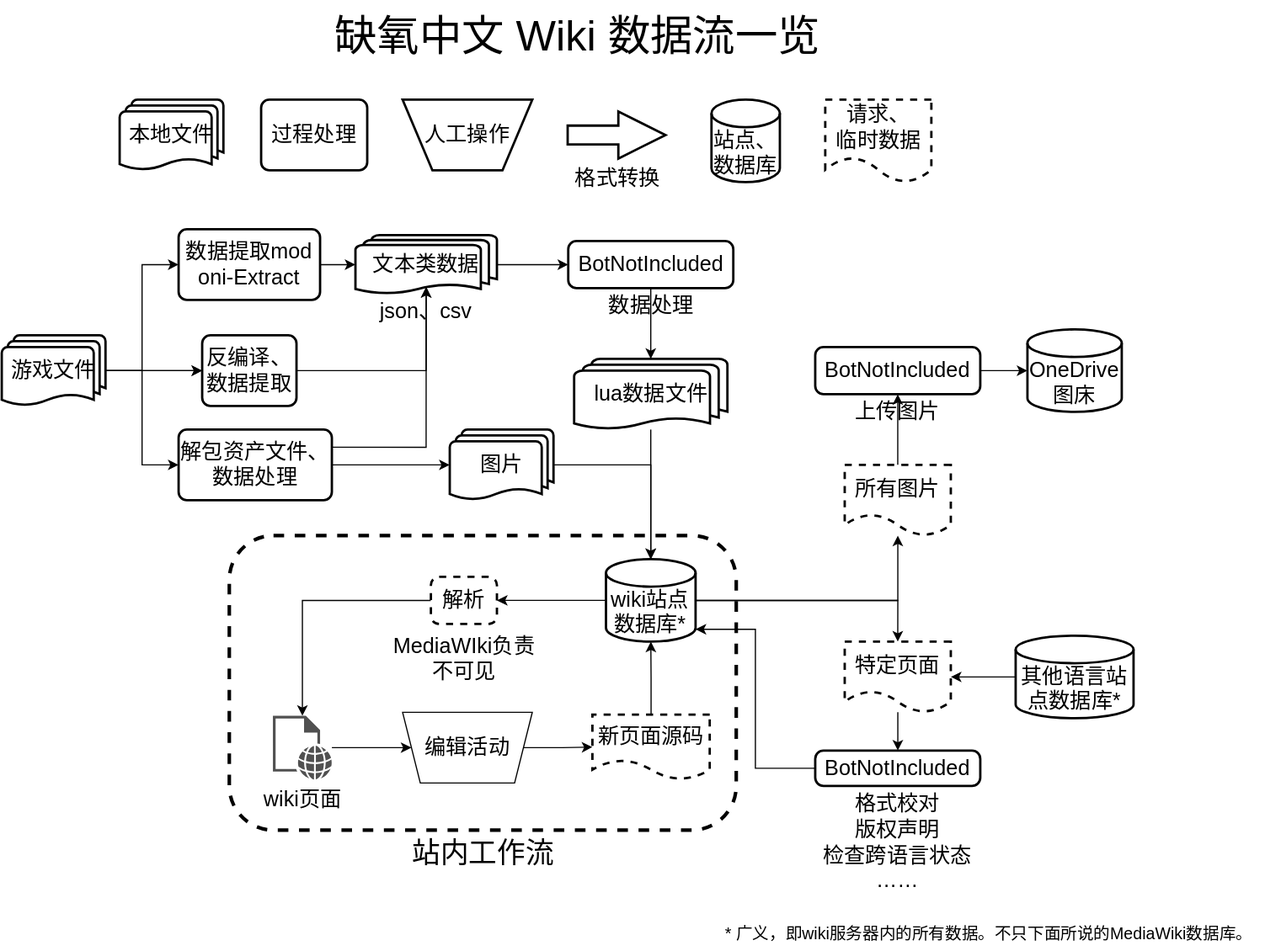
This is workflow_sketch.drawio.svg from ONI-Wiki-zh/workflow-summary, a draw.io export, as it was before one commit. Source tidied: cells renumbered, new cells last; positions are measured from the earlier drawing's top-left corner, leaving out a move shared by most shapes.
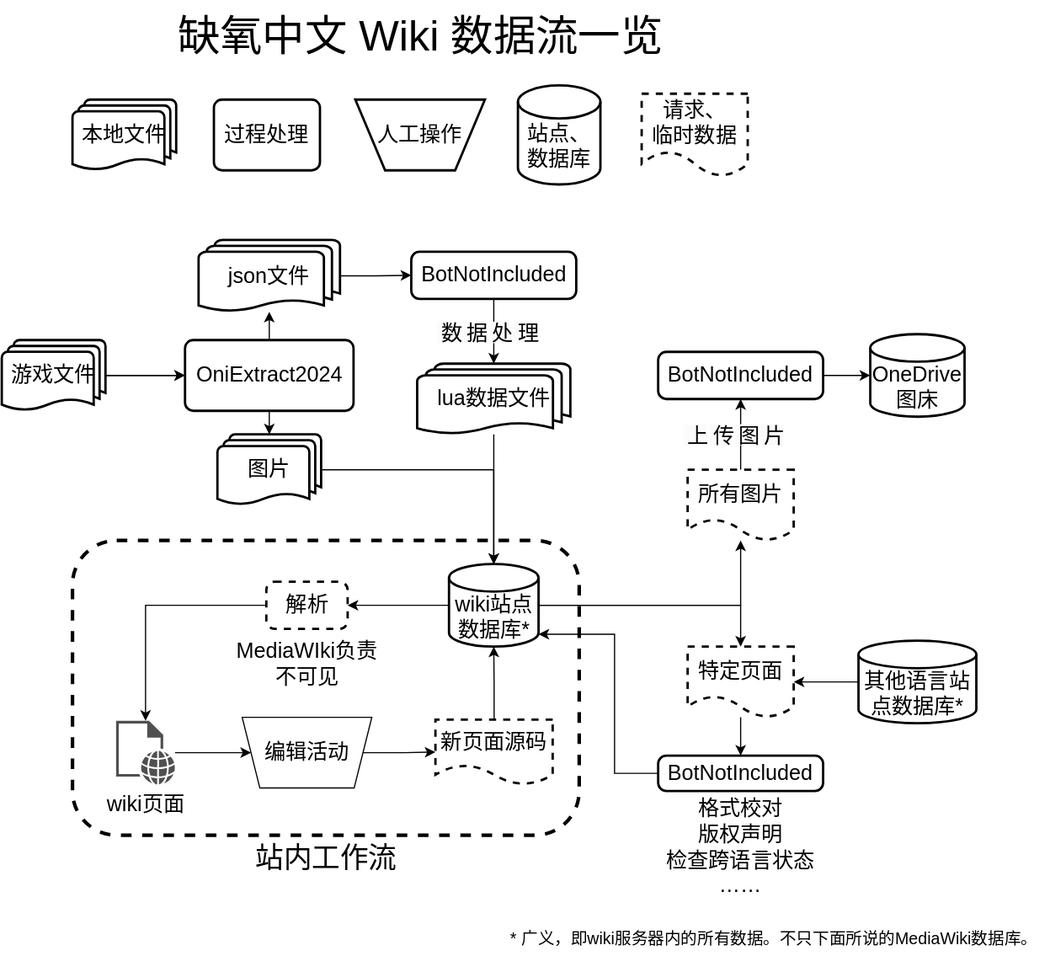
After the change.

Change to the diagram source:
```diff
@@ -11,41 +11,32 @@
     <mxCell id="4" style="edgeStyle=orthogonalEdgeStyle;rounded=0;jettySize=auto;html=1;" parent="1" edge="1" source="7" target="8">
       <mxGeometry relative="1" as="geometry" />
     </mxCell>
-    <mxCell id="5" style="edgeStyle=orthogonalEdgeStyle;rounded=0;jettySize=auto;html=1;entryX=0;entryY=0.5;entryDx=0;entryDy=0;" parent="1" edge="1" source="7" target="9">
-      <mxGeometry relative="1" as="geometry" />
-    </mxCell>
-    <mxCell id="6" style="edgeStyle=orthogonalEdgeStyle;rounded=0;jettySize=auto;html=1;entryX=0;entryY=0.5;entryDx=0;entryDy=0;" parent="1" edge="1" source="7" target="13">
-      <mxGeometry relative="1" as="geometry" />
-    </mxCell>
     <mxCell id="7" value="&lt;font style=&quot;font-size: 18px;&quot;&gt;游戏文件&lt;/font&gt;" style="strokeWidth=2;html=1;shape=mxgraph.flowchart.multi-document;whiteSpace=wrap;" parent="1" vertex="1">
-      <mxGeometry y="284" width="88" height="60" as="geometry" />
+      <mxGeometry x="133" y="284" width="88" height="60" as="geometry" />
     </mxCell>
+    <mxCell id="60" style="edgeStyle=orthogonalEdgeStyle;rounded=0;jettySize=auto;html=1;exitX=0.5;exitY=1;exitDx=0;exitDy=0;" parent="1" edge="1" source="8" target="14">
+      <mxGeometry relative="1" as="geometry" />
+    </mxCell>
+    <mxCell id="30" style="edgeStyle=orthogonalEdgeStyle;rounded=0;jettySize=auto;html=1;" parent="1" edge="1" source="8" target="11">
+      <mxGeometry relative="1" as="geometry" />
+    </mxCell>
-    <mxCell id="8" value="&lt;font style=&quot;font-size: 18px;&quot;&gt;反编译、数据提取&lt;/font&gt;" style="rounded=1;whiteSpace=wrap;html=1;absoluteArcSize=1;arcSize=14;strokeWidth=2;" parent="1" vertex="1">
-      <mxGeometry x="170" y="284" width="80" height="60" as="geometry" />
+    <mxCell id="8" value="&lt;font style=&quot;font-size: 18px;&quot;&gt;OniExtract2024&lt;/font&gt;" style="rounded=1;whiteSpace=wrap;html=1;absoluteArcSize=1;arcSize=14;strokeWidth=2;" parent="1" vertex="1">
+      <mxGeometry x="288.5" y="284" width="143" height="60" as="geometry" />
     </mxCell>
-    <mxCell id="9" value="&lt;font style=&quot;font-size: 18px;&quot;&gt;解包资产文件、数据处理&lt;/font&gt;" style="rounded=1;whiteSpace=wrap;html=1;absoluteArcSize=1;arcSize=14;strokeWidth=2;" parent="1" vertex="1">
-      <mxGeometry x="150" y="364" width="130" height="60" as="geometry" />
-    </mxCell>
     <mxCell id="10" style="edgeStyle=orthogonalEdgeStyle;rounded=0;jettySize=auto;html=1;" parent="1" edge="1" source="11" target="16">
       <mxGeometry relative="1" as="geometry" />
     </mxCell>
-    <mxCell id="11" value="&lt;font style=&quot;font-size: 18px;&quot;&gt;文本类数据&lt;/font&gt;" style="strokeWidth=2;html=1;shape=mxgraph.flowchart.multi-document;whiteSpace=wrap;" parent="1" vertex="1">
-      <mxGeometry x="300" y="199" width="120" height="50" as="geometry" />
+    <mxCell id="11" value="&lt;span style=&quot;font-size: 18px;&quot;&gt;json文件&lt;/span&gt;" style="strokeWidth=2;html=1;shape=mxgraph.flowchart.multi-document;whiteSpace=wrap;" parent="1" vertex="1">
+      <mxGeometry x="300" y="199" width="120" height="61" as="geometry" />
     </mxCell>
-    <mxCell id="12" style="edgeStyle=orthogonalEdgeStyle;rounded=0;jettySize=auto;html=1;" parent="1" edge="1" source="13" target="11">
-      <mxGeometry relative="1" as="geometry" />
-    </mxCell>
-    <mxCell id="13" value="&lt;font style=&quot;font-size: 18px;&quot;&gt;数据提取mod&lt;br&gt;oni-Extract&lt;/font&gt;" style="rounded=1;whiteSpace=wrap;html=1;absoluteArcSize=1;arcSize=14;strokeWidth=2;" parent="1" vertex="1">
-      <mxGeometry x="150" y="194" width="120" height="60" as="geometry" />
-    </mxCell>
     <mxCell id="14" value="&lt;font style=&quot;font-size: 18px;&quot;&gt;图片&lt;/font&gt;" style="strokeWidth=2;html=1;shape=mxgraph.flowchart.multi-document;whiteSpace=wrap;" parent="1" vertex="1">
-      <mxGeometry x="380" y="364" width="88" height="60" as="geometry" />
+      <mxGeometry x="316" y="364" width="88" height="60" as="geometry" />
     </mxCell>
-    <mxCell id="15" style="edgeStyle=orthogonalEdgeStyle;rounded=0;jettySize=auto;html=1;" parent="1" edge="1" source="16" target="18">
+    <mxCell id="15" value="&#10;&lt;span style=&quot;color: rgb(0, 0, 0); font-family: Helvetica; font-size: large; font-style: normal; font-variant-ligatures: normal; font-variant-caps: normal; font-weight: 400; letter-spacing: normal; orphans: 2; text-indent: 0px; text-transform: none; widows: 2; word-spacing: 0px; -webkit-text-stroke-width: 0px; white-space: normal; background-color: rgb(251, 251, 251); text-decoration-thickness: initial; text-decoration-style: initial; text-decoration-color: initial; float: none; display: inline !important;&quot;&gt;数据处理&lt;/span&gt;&#10;&#10;" style="edgeStyle=orthogonalEdgeStyle;rounded=0;jettySize=auto;html=1;align=center;verticalAlign=middle;labelPosition=center;verticalLabelPosition=middle;textDirection=vertical-lr;" parent="1" edge="1" source="16" target="18">
       <mxGeometry relative="1" as="geometry" />
     </mxCell>
     <mxCell id="16" value="&lt;font style=&quot;font-size: 18px;&quot;&gt;BotNotIncluded&lt;/font&gt;" style="rounded=1;whiteSpace=wrap;html=1;absoluteArcSize=1;arcSize=14;strokeWidth=2;" parent="1" vertex="1">
-      <mxGeometry x="480.5" y="204" width="140" height="40" as="geometry" />
+      <mxGeometry x="480.5" y="209" width="140" height="40" as="geometry" />
     </mxCell>
     <mxCell id="17" style="edgeStyle=orthogonalEdgeStyle;rounded=0;jettySize=auto;html=1;" parent="1" edge="1" source="18" target="22">
       <mxGeometry relative="1" as="geometry" />
@@ -66,32 +57,17 @@
       <mxGeometry x="512.5" y="474" width="76" height="70" as="geometry" />
     </mxCell>
     <mxCell id="23" value="&lt;font style=&quot;font-size: 18px;&quot;&gt;本地文件&lt;/font&gt;" style="strokeWidth=2;html=1;shape=mxgraph.flowchart.multi-document;whiteSpace=wrap;" parent="1" vertex="1">
-      <mxGeometry x="100" y="84" width="88" height="60" as="geometry" />
+      <mxGeometry x="193" y="80" width="88" height="60" as="geometry" />
     </mxCell>
     <mxCell id="24" value="&lt;font style=&quot;font-size: 18px;&quot;&gt;过程处理&lt;/font&gt;" style="rounded=1;whiteSpace=wrap;html=1;absoluteArcSize=1;arcSize=14;strokeWidth=2;" parent="1" vertex="1">
-      <mxGeometry x="220" y="84" width="90" height="60" as="geometry" />
+      <mxGeometry x="313" y="80" width="90" height="60" as="geometry" />
     </mxCell>
     <mxCell id="25" value="&lt;font style=&quot;font-size: 18px;&quot;&gt;人工操作&lt;/font&gt;" style="verticalLabelPosition=middle;verticalAlign=middle;html=1;shape=trapezoid;perimeter=trapezoidPerimeter;whiteSpace=wrap;size=0.23;arcSize=10;flipV=1;labelPosition=center;align=center;strokeWidth=2;" parent="1" vertex="1">
-      <mxGeometry x="340" y="84" width="110" height="60" as="geometry" />
+      <mxGeometry x="433" y="80" width="110" height="60" as="geometry" />
     </mxCell>
-    <mxCell id="26" value="&lt;font style=&quot;font-size: 18px;&quot;&gt;格式转换&lt;/font&gt;" style="verticalLabelPosition=bottom;verticalAlign=top;html=1;strokeWidth=2;shape=mxgraph.arrows2.arrow;dy=0.6;dx=40;notch=0;" parent="1" vertex="1">
-      <mxGeometry x="480" y="94" width="83" height="40" as="geometry" />
-    </mxCell>
-    <mxCell id="27" value="&lt;font style=&quot;font-size: 18px;&quot;&gt;站点、&lt;br&gt;数据库&lt;/font&gt;" style="strokeWidth=2;html=1;shape=mxgraph.flowchart.database;whiteSpace=wrap;verticalAlign=bottom;" parent="1" vertex="1">
-      <mxGeometry x="602" y="84" width="58" height="70" as="geometry" />
+    <mxCell id="27" value="&lt;font style=&quot;font-size: 18px;&quot;&gt;站点、&lt;br&gt;数据库&lt;/font&gt;" style="strokeWidth=2;html=1;shape=mxgraph.flowchart.database;whiteSpace=wrap;verticalAlign=middle;spacingTop=20;" parent="1" vertex="1">
+      <mxGeometry x="571" y="68" width="70" height="84" as="geometry" />
     </mxCell>
-    <mxCell id="28" value="&lt;font style=&quot;font-size: 18px;&quot;&gt;json、csv&lt;/font&gt;" style="text;html=1;strokeColor=none;fillColor=none;align=center;verticalAlign=middle;whiteSpace=wrap;rounded=0;" parent="1" vertex="1">
-      <mxGeometry x="310" y="249" width="100" height="30" as="geometry" />
-    </mxCell>
-    <mxCell id="29" style="edgeStyle=orthogonalEdgeStyle;rounded=0;jettySize=auto;html=1;entryX=0;entryY=0.5;entryDx=0;entryDy=0;entryPerimeter=0;" parent="1" edge="1" source="9" target="14">
-      <mxGeometry relative="1" as="geometry" />
-    </mxCell>
-    <mxCell id="30" style="edgeStyle=orthogonalEdgeStyle;rounded=0;jettySize=auto;html=1;entryX=0.5;entryY=0.88;entryDx=0;entryDy=0;entryPerimeter=0;" parent="1" edge="1" source="8" target="11">
-      <mxGeometry relative="1" as="geometry" />
-    </mxCell>
-    <mxCell id="31" style="edgeStyle=orthogonalEdgeStyle;rounded=0;jettySize=auto;html=1;exitX=1;exitY=0.25;exitDx=0;exitDy=0;entryX=0.5;entryY=0.88;entryDx=0;entryDy=0;entryPerimeter=0;" parent="1" edge="1" source="9" target="11">
-      <mxGeometry relative="1" as="geometry" />
-    </mxCell>
     <mxCell id="32" style="edgeStyle=orthogonalEdgeStyle;rounded=0;jettySize=auto;html=1;" parent="1" edge="1" source="33" target="38">
       <mxGeometry relative="1" as="geometry" />
     </mxCell>
@@ -102,7 +78,7 @@
       <mxGeometry relative="1" as="geometry" />
     </mxCell>
     <mxCell id="35" value="&lt;font size=&quot;4&quot;&gt;解析&lt;/font&gt;" style="rounded=1;whiteSpace=wrap;html=1;absoluteArcSize=1;arcSize=14;strokeWidth=2;dashed=1;" parent="1" vertex="1">
-      <mxGeometry x="364" y="489" width="56" height="40" as="geometry" />
+      <mxGeometry x="357.5" y="489" width="69" height="40" as="geometry" />
     </mxCell>
     <mxCell id="36" value="&lt;font style=&quot;font-size: 18px;&quot;&gt;MediaWIki负责&lt;br&gt;不可见&lt;/font&gt;" style="text;html=1;align=center;verticalAlign=middle;strokeColor=none;fillColor=none;" parent="1" vertex="1">
       <mxGeometry x="322" y="529" width="140" height="60" as="geometry" />
@@ -111,10 +87,10 @@
       <mxGeometry relative="1" as="geometry" />
     </mxCell>
     <mxCell id="38" value="&lt;font size=&quot;4&quot;&gt;编辑活动&lt;br&gt;&lt;/font&gt;" style="verticalLabelPosition=middle;verticalAlign=middle;html=1;shape=trapezoid;perimeter=trapezoidPerimeter;whiteSpace=wrap;size=0.13636363636363635;arcSize=10;flipV=1;labelPosition=center;align=center;" parent="1" vertex="1">
-      <mxGeometry x="340" y="604" width="110" height="60" as="geometry" />
+      <mxGeometry x="337" y="604" width="110" height="60" as="geometry" />
     </mxCell>
     <mxCell id="39" value="&lt;font style=&quot;font-size: 18px;&quot;&gt;请求、&lt;br&gt;临时数据&lt;/font&gt;" style="shape=document;whiteSpace=wrap;html=1;boundedLbl=1;dashed=1;flipH=1;strokeWidth=2;" parent="1" vertex="1">
-      <mxGeometry x="698.5" y="84" width="90" height="70" as="geometry" />
+      <mxGeometry x="676" y="75" width="90" height="70" as="geometry" />
     </mxCell>
     <mxCell id="40" style="edgeStyle=orthogonalEdgeStyle;rounded=0;jettySize=auto;html=1;" parent="1" edge="1" source="41" target="22">
       <mxGeometry relative="1" as="geometry" />
@@ -129,7 +105,7 @@
       <mxGeometry x="870" y="279" width="80" height="70" as="geometry" />
     </mxCell>
     <mxCell id="44" value="&lt;font style=&quot;font-size: 14px;&quot;&gt;* 广义，即wiki服务器内的所有数据。不只下面所说的MediaWiki数据库。&lt;/font&gt;" style="text;html=1;align=center;verticalAlign=middle;strokeColor=none;fillColor=none;" parent="1" vertex="1">
-      <mxGeometry x="602" y="777" width="470" height="30" as="geometry" />
+      <mxGeometry x="553" y="777" width="470" height="30" as="geometry" />
     </mxCell>
     <mxCell id="45" style="edgeStyle=orthogonalEdgeStyle;rounded=0;jettySize=auto;html=1;entryX=0.5;entryY=0;entryDx=0;entryDy=0;entryPerimeter=0;" parent="1" edge="1" source="14" target="22">
       <mxGeometry relative="1" as="geometry" />
@@ -140,10 +116,7 @@
     <mxCell id="47" value="&lt;font style=&quot;font-size: 18px;&quot;&gt;BotNotIncluded&lt;/font&gt;" style="rounded=1;whiteSpace=wrap;html=1;absoluteArcSize=1;arcSize=14;strokeWidth=2;" parent="1" vertex="1">
       <mxGeometry x="690" y="294" width="140" height="40" as="geometry" />
     </mxCell>
-    <mxCell id="48" value="&lt;font size=&quot;4&quot;&gt;数据处理&lt;/font&gt;" style="text;html=1;strokeColor=none;fillColor=none;align=center;verticalAlign=middle;whiteSpace=wrap;rounded=0;" parent="1" vertex="1">
-      <mxGeometry x="500.5" y="244" width="100" height="30" as="geometry" />
-    </mxCell>
-    <mxCell id="49" style="edgeStyle=orthogonalEdgeStyle;rounded=0;jettySize=auto;html=1;" parent="1" edge="1" source="50" target="47">
+    <mxCell id="49" value="&#10;&lt;span style=&quot;color: rgb(0, 0, 0); font-family: Helvetica; font-size: large; font-style: normal; font-variant-ligatures: normal; font-variant-caps: normal; font-weight: 400; letter-spacing: normal; orphans: 2; text-align: center; text-indent: 0px; text-transform: none; widows: 2; word-spacing: 0px; -webkit-text-stroke-width: 0px; white-space: normal; background-color: rgb(251, 251, 251); text-decoration-thickness: initial; text-decoration-style: initial; text-decoration-color: initial; display: inline !important; float: none;&quot;&gt;上传图片&lt;/span&gt;&#10;&#10;" style="edgeStyle=orthogonalEdgeStyle;rounded=0;jettySize=auto;html=1;textDirection=vertical-lr;" parent="1" edge="1" source="50" target="47">
       <mxGeometry relative="1" as="geometry" />
     </mxCell>
     <mxCell id="50" value="&lt;font size=&quot;4&quot;&gt;所有图片&lt;/font&gt;" style="shape=document;whiteSpace=wrap;html=1;boundedLbl=1;dashed=1;flipH=1;strokeWidth=2;" parent="1" vertex="1">
@@ -164,17 +137,19 @@
     <mxCell id="55" value="&lt;font style=&quot;font-size: 18px;&quot;&gt;BotNotIncluded&lt;/font&gt;" style="rounded=1;whiteSpace=wrap;html=1;absoluteArcSize=1;arcSize=14;strokeWidth=2;" parent="1" vertex="1">
       <mxGeometry x="690" y="636.5" width="140" height="30" as="geometry" />
     </mxCell>
-    <mxCell id="56" value="&lt;font size=&quot;4&quot;&gt;上传图片&lt;/font&gt;" style="text;html=1;strokeColor=none;fillColor=none;align=center;verticalAlign=middle;whiteSpace=wrap;rounded=0;" parent="1" vertex="1">
-      <mxGeometry x="710" y="334" width="100" height="30" as="geometry" />
-    </mxCell>
     <mxCell id="57" value="&lt;font size=&quot;4&quot;&gt;格式校对&lt;br&gt;版权声明&lt;br&gt;检查跨语言状态&lt;br&gt;……&lt;br&gt;&lt;/font&gt;" style="text;html=1;strokeColor=none;fillColor=none;align=center;verticalAlign=middle;whiteSpace=wrap;rounded=0;" parent="1" vertex="1">
       <mxGeometry x="695" y="666.5" width="130" height="97.5" as="geometry" />
     </mxCell>
     <mxCell id="58" style="edgeStyle=orthogonalEdgeStyle;rounded=0;jettySize=auto;html=1;entryX=1;entryY=0.85;entryDx=0;entryDy=0;entryPerimeter=0;" parent="1" edge="1" source="55" target="22">
-      <mxGeometry relative="1" as="geometry" />
+      <mxGeometry relative="1" as="geometry">
+        <Array as="points">
+          <mxPoint x="653" y="652" />
+          <mxPoint x="653" y="534" />
+        </Array>
+      </mxGeometry>
     </mxCell>
     <mxCell id="59" value="&lt;font style=&quot;font-size: 36px;&quot;&gt;缺氧中文 Wiki 数据流一览&lt;/font&gt;" style="text;html=1;align=center;verticalAlign=middle;strokeColor=none;fillColor=none;" parent="1" vertex="1">
-      <mxGeometry x="268" width="440" height="60" as="geometry" />
+      <mxGeometry x="268" y="-4" width="440" height="60" as="geometry" />
     </mxCell>
   </root>
 </mxGraphModel>
```
